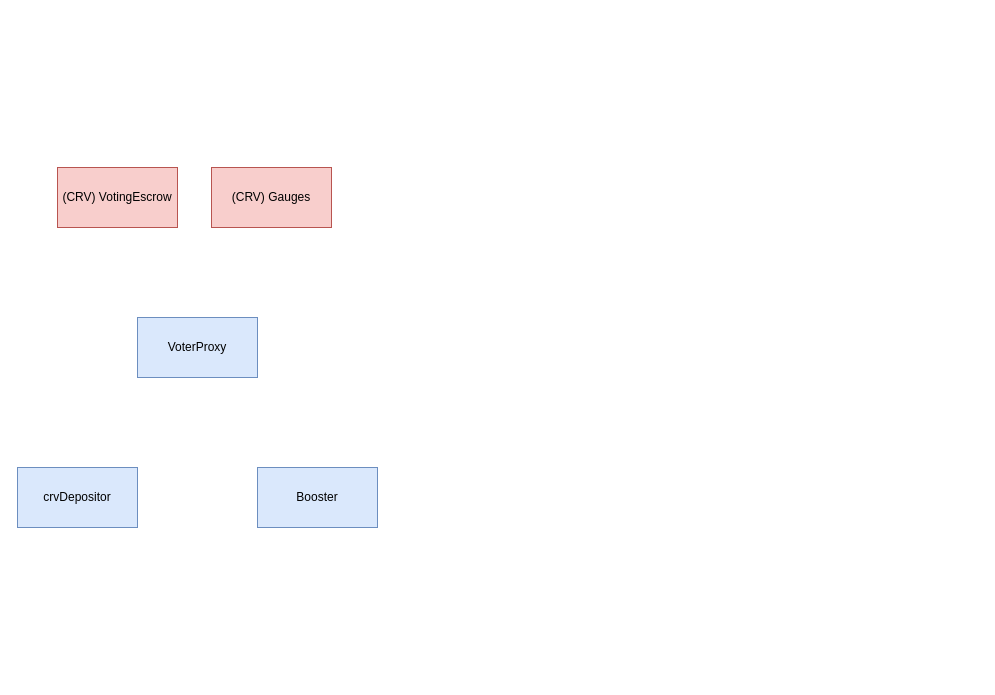
Earlier version of the draw.io diagram convex-system.drawio (aurafinance/convex-platform). Source tidied: cells renumbered, new cells numbered last; positions are measured from the earlier drawing's top-left corner, leaving out a move shared by most shapes. Both pictures are drawn from the tidied source at 100%, with x=0, y=0 at pixel (17, 167).
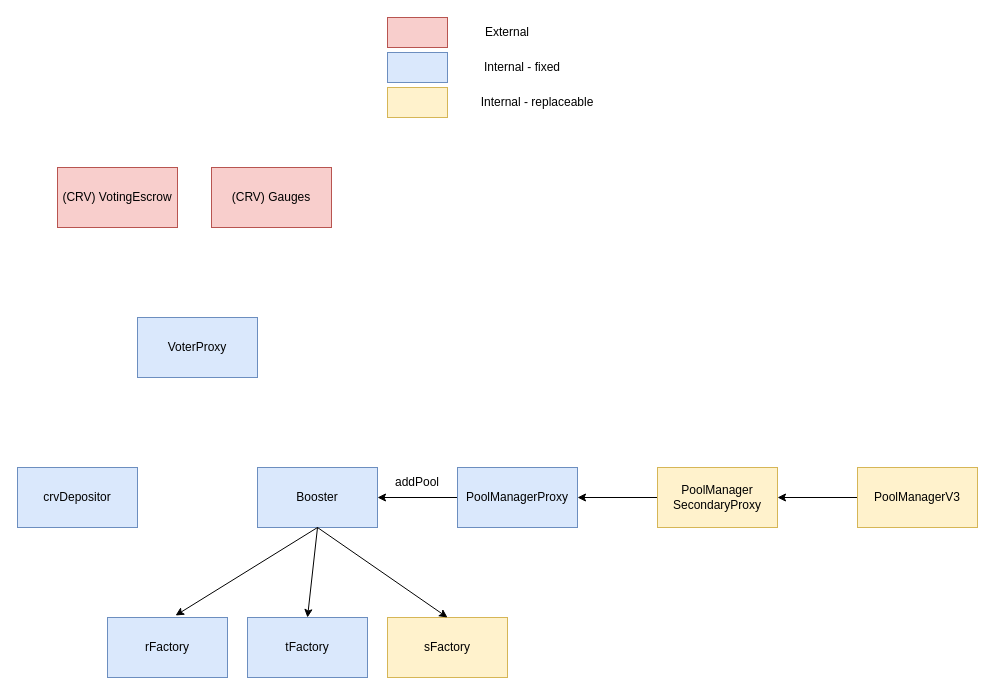
The same diagram, later.

The change refers to these unchanged cells:
```xml
<mxCell id="5" value="Booster" style="rounded=0;whiteSpace=wrap;html=1;fillColor=#dae8fc;strokeColor=#6c8ebf;" parent="1" vertex="1">
  <mxGeometry x="240" y="300" width="120" height="60" as="geometry" />
</mxCell>
```

The edit, as a diff of the source:
```diff
@@
+    <mxCell id="7" style="endArrow=classic;html=1;rounded=0;entryX=1;entryY=0.5;entryDx=0;entryDy=0;" parent="1" edge="1" target="5">
+      <mxGeometry relative="1" as="geometry">
+        <mxPoint x="440" y="330" as="sourcePoint" />
+      </mxGeometry>
+    </mxCell>
+    <mxCell id="8" value="rFactory" style="rounded=0;whiteSpace=wrap;html=1;fillColor=#dae8fc;strokeColor=#6c8ebf;" parent="1" vertex="1">
+      <mxGeometry x="90" y="450" width="120" height="60" as="geometry" />
+    </mxCell>
+    <mxCell id="9" value="tFactory" style="rounded=0;whiteSpace=wrap;html=1;fillColor=#dae8fc;strokeColor=#6c8ebf;" parent="1" vertex="1">
+      <mxGeometry x="230" y="450" width="120" height="60" as="geometry" />
+    </mxCell>
+    <mxCell id="10" value="sFactory" style="rounded=0;whiteSpace=wrap;html=1;fillColor=#fff2cc;strokeColor=#d6b656;" parent="1" vertex="1">
+      <mxGeometry x="370" y="450" width="120" height="60" as="geometry" />
+    </mxCell>
+    <mxCell id="11" style="endArrow=classic;html=1;rounded=0;entryX=0.567;entryY=-0.033;entryDx=0;entryDy=0;exitX=0.5;exitY=1;exitDx=0;exitDy=0;entryPerimeter=0;" parent="1" edge="1" source="5" target="8">
+      <mxGeometry relative="1" as="geometry" />
+    </mxCell>
+    <mxCell id="12" style="endArrow=classic;html=1;rounded=0;entryX=0.5;entryY=0;entryDx=0;entryDy=0;exitX=0.5;exitY=1;exitDx=0;exitDy=0;" parent="1" edge="1" source="5" target="9">
+      <mxGeometry relative="1" as="geometry" />
+    </mxCell>
+    <mxCell id="13" style="endArrow=classic;html=1;rounded=0;entryX=0.5;entryY=0;entryDx=0;entryDy=0;" parent="1" edge="1" target="10">
+      <mxGeometry relative="1" as="geometry">
+        <mxPoint x="300" y="360" as="sourcePoint" />
+      </mxGeometry>
+    </mxCell>
+    <mxCell id="14" value="PoolManagerProxy" style="rounded=0;whiteSpace=wrap;html=1;fillColor=#dae8fc;strokeColor=#6c8ebf;" parent="1" vertex="1">
+      <mxGeometry x="440" y="300" width="120" height="60" as="geometry" />
+    </mxCell>
+    <mxCell id="15" style="rounded=0;whiteSpace=wrap;html=1;fillColor=#f8cecc;strokeColor=#b85450;" parent="1" vertex="1">
+      <mxGeometry x="370" y="-150" width="60" height="30" as="geometry" />
+    </mxCell>
+    <mxCell id="16" value="External" style="text;html=1;strokeColor=none;fillColor=none;align=center;verticalAlign=middle;whiteSpace=wrap;rounded=0;" parent="1" vertex="1">
+      <mxGeometry x="460" y="-150" width="60" height="30" as="geometry" />
+    </mxCell>
+    <mxCell id="17" style="rounded=0;whiteSpace=wrap;html=1;fillColor=#dae8fc;strokeColor=#6c8ebf;" parent="1" vertex="1">
+      <mxGeometry x="370" y="-115" width="60" height="30" as="geometry" />
+    </mxCell>
+    <mxCell id="18" value="Internal - fixed" style="text;html=1;strokeColor=none;fillColor=none;align=center;verticalAlign=middle;whiteSpace=wrap;rounded=0;" parent="1" vertex="1">
+      <mxGeometry x="460" y="-115" width="90" height="30" as="geometry" />
+    </mxCell>
+    <mxCell id="19" style="rounded=0;whiteSpace=wrap;html=1;fillColor=#fff2cc;strokeColor=#d6b656;" parent="1" vertex="1">
+      <mxGeometry x="370" y="-80" width="60" height="30" as="geometry" />
+    </mxCell>
+    <mxCell id="20" value="Internal - replaceable" style="text;html=1;strokeColor=none;fillColor=none;align=center;verticalAlign=middle;whiteSpace=wrap;rounded=0;" parent="1" vertex="1">
+      <mxGeometry x="460" y="-80" width="120" height="30" as="geometry" />
+    </mxCell>
+    <mxCell id="21" style="endArrow=classic;html=1;rounded=0;entryX=1;entryY=0.5;entryDx=0;entryDy=0;" parent="1" edge="1">
+      <mxGeometry relative="1" as="geometry">
+        <mxPoint x="640" y="330" as="sourcePoint" />
+        <mxPoint x="560" y="330" as="targetPoint" />
+      </mxGeometry>
+    </mxCell>
+    <mxCell id="22" value="PoolManager&lt;br&gt;SecondaryProxy" style="rounded=0;whiteSpace=wrap;html=1;fillColor=#fff2cc;strokeColor=#d6b656;" parent="1" vertex="1">
+      <mxGeometry x="640" y="300" width="120" height="60" as="geometry" />
+    </mxCell>
+    <mxCell id="23" style="endArrow=classic;html=1;rounded=0;entryX=1;entryY=0.5;entryDx=0;entryDy=0;" parent="1" edge="1">
+      <mxGeometry relative="1" as="geometry">
+        <mxPoint x="840" y="330" as="sourcePoint" />
+        <mxPoint x="760" y="330" as="targetPoint" />
+      </mxGeometry>
+    </mxCell>
+    <mxCell id="24" value="PoolManagerV3" style="rounded=0;whiteSpace=wrap;html=1;fillColor=#fff2cc;strokeColor=#d6b656;" parent="1" vertex="1">
+      <mxGeometry x="840" y="300" width="120" height="60" as="geometry" />
+    </mxCell>
+    <mxCell id="25" value="addPool" style="text;html=1;strokeColor=none;fillColor=none;align=center;verticalAlign=middle;whiteSpace=wrap;rounded=0;" parent="1" vertex="1">
+      <mxGeometry x="370" y="300" width="60" height="30" as="geometry" />
+    </mxCell>
```
